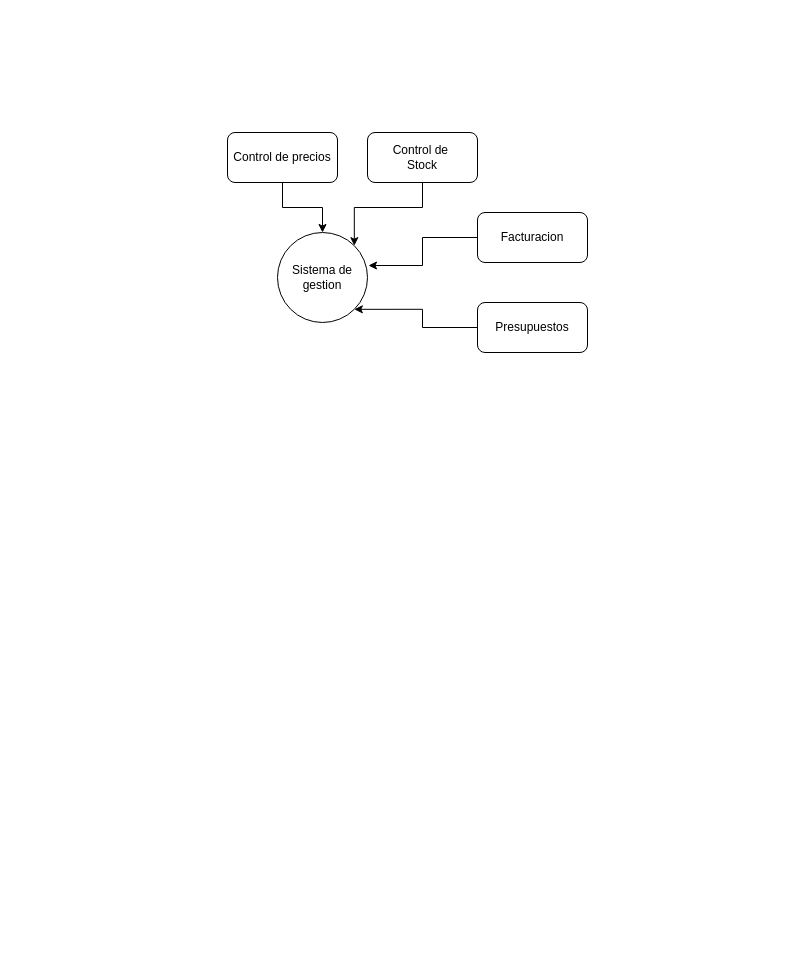
Above: Casosdeuso-cortinova.drawio in fertadeo/cortinova-sistema (draw.io), before the change. Source tidied: cells renumbered, new cells numbered last; positions are measured from the earlier drawing's top-left corner, leaving out a move shared by most shapes. Both pictures are drawn from the tidied source at 100%, with x=0, y=0 at pixel (227, 132).
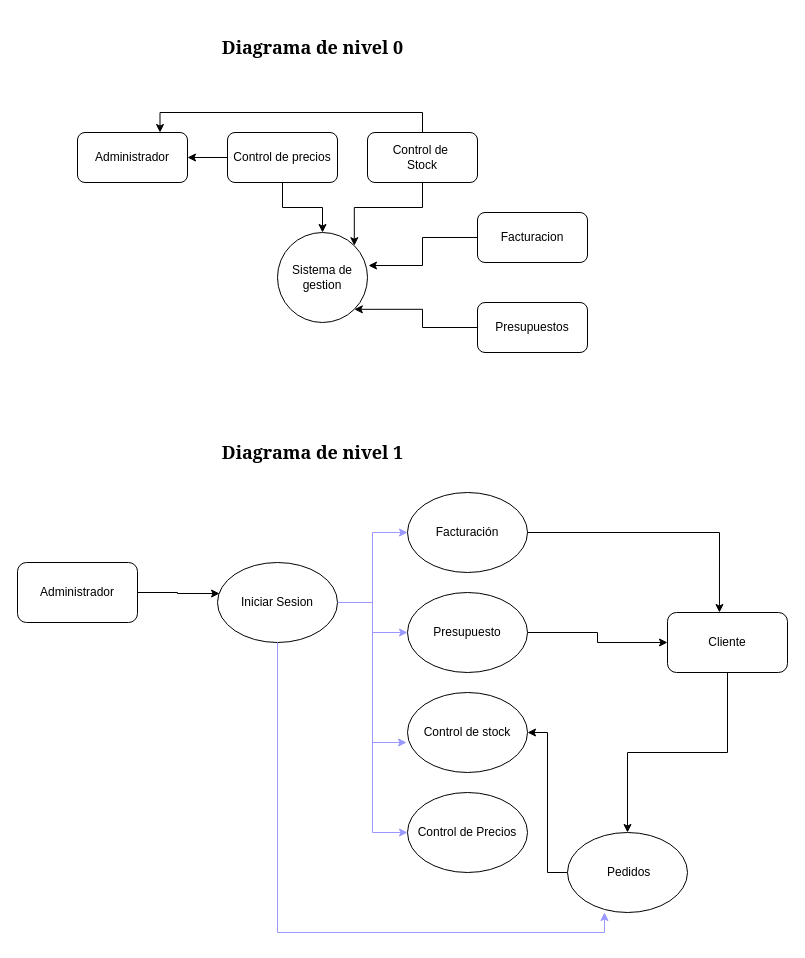
The same diagram, later.

Unchanged cells that the change refers to:
```xml
<mxCell id="4" value="Control de&amp;nbsp;&lt;div&gt;Stock&lt;/div&gt;" style="rounded=1;whiteSpace=wrap;html=1;" parent="1" vertex="1">
  <mxGeometry x="140" width="110" height="50" as="geometry" />
</mxCell>
<mxCell id="7" value="Control de precios" style="rounded=1;whiteSpace=wrap;html=1;" parent="1" vertex="1">
  <mxGeometry width="110" height="50" as="geometry" />
</mxCell>
```

Change to the diagram source:
```diff
@@
+    <mxCell id="11" style="edgeStyle=orthogonalEdgeStyle;rounded=0;jettySize=auto;html=1;entryX=0.75;entryY=0;entryDx=0;entryDy=0;" parent="1" edge="1" source="4" target="13">
+      <mxGeometry relative="1" as="geometry">
+        <Array as="points">
+          <mxPoint x="195" y="-20" />
+          <mxPoint x="-67" y="-20" />
+        </Array>
+      </mxGeometry>
+    </mxCell>
@@
+    <mxCell id="12" style="edgeStyle=orthogonalEdgeStyle;rounded=0;jettySize=auto;html=1;" parent="1" edge="1" source="7" target="13">
+      <mxGeometry relative="1" as="geometry" />
+    </mxCell>
@@
+    <mxCell id="13" value="Administrador" style="rounded=1;whiteSpace=wrap;html=1;" parent="1" vertex="1">
+      <mxGeometry x="-150" width="110" height="50" as="geometry" />
+    </mxCell>
+    <mxCell id="14" value="&lt;h3&gt;&lt;font face=&quot;Georgia&quot; style=&quot;font-size: 18px;&quot;&gt;Diagrama de nivel 0&lt;/font&gt;&lt;/h3&gt;" style="text;html=1;align=center;verticalAlign=middle;strokeColor=none;fillColor=none;" parent="1" vertex="1">
+      <mxGeometry x="-20" y="-115" width="210" height="60" as="geometry" />
+    </mxCell>
+    <mxCell id="15" value="&lt;h3&gt;&lt;font face=&quot;Georgia&quot; style=&quot;font-size: 18px;&quot;&gt;Diagrama de nivel 1&lt;/font&gt;&lt;/h3&gt;" style="text;html=1;align=center;verticalAlign=middle;strokeColor=none;fillColor=none;" parent="1" vertex="1">
+      <mxGeometry x="-20" y="290" width="210" height="60" as="geometry" />
+    </mxCell>
+    <mxCell id="16" value="Administrador" style="rounded=1;whiteSpace=wrap;html=1;" parent="1" vertex="1">
+      <mxGeometry x="-210" y="430" width="120" height="60" as="geometry" />
+    </mxCell>
+    <mxCell id="17" style="edgeStyle=orthogonalEdgeStyle;rounded=0;jettySize=auto;html=1;entryX=0.5;entryY=0;entryDx=0;entryDy=0;" parent="1" edge="1" source="18" target="32">
+      <mxGeometry relative="1" as="geometry" />
+    </mxCell>
+    <mxCell id="18" value="Cliente" style="rounded=1;whiteSpace=wrap;html=1;" parent="1" vertex="1">
+      <mxGeometry x="440" y="480" width="120" height="60" as="geometry" />
+    </mxCell>
+    <mxCell id="19" style="edgeStyle=orthogonalEdgeStyle;rounded=0;jettySize=auto;html=1;entryX=0;entryY=0.5;entryDx=0;entryDy=0;strokeColor=#9999FF;" parent="1" edge="1" source="22" target="23">
+      <mxGeometry relative="1" as="geometry" />
+    </mxCell>
+    <mxCell id="20" style="edgeStyle=orthogonalEdgeStyle;rounded=0;jettySize=auto;html=1;entryX=0;entryY=0.5;entryDx=0;entryDy=0;strokeColor=#9999FF;" parent="1" edge="1" source="22" target="25">
+      <mxGeometry relative="1" as="geometry" />
+    </mxCell>
+    <mxCell id="21" style="edgeStyle=orthogonalEdgeStyle;rounded=0;jettySize=auto;html=1;entryX=0;entryY=0.5;entryDx=0;entryDy=0;strokeColor=#9999FF;" parent="1" edge="1" source="22" target="27">
+      <mxGeometry relative="1" as="geometry" />
+    </mxCell>
+    <mxCell id="22" value="Iniciar Sesion" style="ellipse;whiteSpace=wrap;html=1;" parent="1" vertex="1">
+      <mxGeometry x="-10" y="430" width="120" height="80" as="geometry" />
+    </mxCell>
+    <mxCell id="23" value="Facturación" style="ellipse;whiteSpace=wrap;html=1;" parent="1" vertex="1">
+      <mxGeometry x="180" y="360" width="120" height="80" as="geometry" />
+    </mxCell>
+    <mxCell id="24" style="edgeStyle=orthogonalEdgeStyle;rounded=0;jettySize=auto;html=1;entryX=0;entryY=0.5;entryDx=0;entryDy=0;" parent="1" edge="1" source="25" target="18">
+      <mxGeometry relative="1" as="geometry" />
+    </mxCell>
+    <mxCell id="25" value="Presupuesto" style="ellipse;whiteSpace=wrap;html=1;" parent="1" vertex="1">
+      <mxGeometry x="180" y="460" width="120" height="80" as="geometry" />
+    </mxCell>
+    <mxCell id="26" value="Control de stock" style="ellipse;whiteSpace=wrap;html=1;" parent="1" vertex="1">
+      <mxGeometry x="180" y="560" width="120" height="80" as="geometry" />
+    </mxCell>
+    <mxCell id="27" value="Control de Precios" style="ellipse;whiteSpace=wrap;html=1;" parent="1" vertex="1">
+      <mxGeometry x="180" y="660" width="120" height="80" as="geometry" />
+    </mxCell>
+    <mxCell id="28" style="edgeStyle=orthogonalEdgeStyle;rounded=0;jettySize=auto;html=1;entryX=0.017;entryY=0.388;entryDx=0;entryDy=0;entryPerimeter=0;" parent="1" edge="1" source="16" target="22">
+      <mxGeometry relative="1" as="geometry" />
+    </mxCell>
+    <mxCell id="29" style="edgeStyle=orthogonalEdgeStyle;rounded=0;jettySize=auto;html=1;entryX=-0.008;entryY=0.625;entryDx=0;entryDy=0;entryPerimeter=0;strokeColor=#9999FF;" parent="1" edge="1" source="22" target="26">
+      <mxGeometry relative="1" as="geometry" />
+    </mxCell>
+    <mxCell id="30" style="edgeStyle=orthogonalEdgeStyle;rounded=0;jettySize=auto;html=1;entryX=0.433;entryY=0;entryDx=0;entryDy=0;entryPerimeter=0;" parent="1" edge="1" source="23" target="18">
+      <mxGeometry relative="1" as="geometry" />
+    </mxCell>
+    <mxCell id="31" style="edgeStyle=orthogonalEdgeStyle;rounded=0;jettySize=auto;html=1;entryX=1;entryY=0.5;entryDx=0;entryDy=0;" parent="1" edge="1" source="32" target="26">
+      <mxGeometry relative="1" as="geometry" />
+    </mxCell>
+    <mxCell id="32" value="&amp;nbsp;Pedidos" style="ellipse;whiteSpace=wrap;html=1;" parent="1" vertex="1">
+      <mxGeometry x="340" y="700" width="120" height="80" as="geometry" />
+    </mxCell>
+    <mxCell id="33" style="edgeStyle=orthogonalEdgeStyle;rounded=0;jettySize=auto;html=1;entryX=0.308;entryY=1;entryDx=0;entryDy=0;entryPerimeter=0;strokeColor=#9999FF;" parent="1" edge="1" source="22" target="32">
+      <mxGeometry relative="1" as="geometry">
+        <Array as="points">
+          <mxPoint x="50" y="800" />
+          <mxPoint x="377" y="800" />
+        </Array>
+      </mxGeometry>
+    </mxCell>
```
